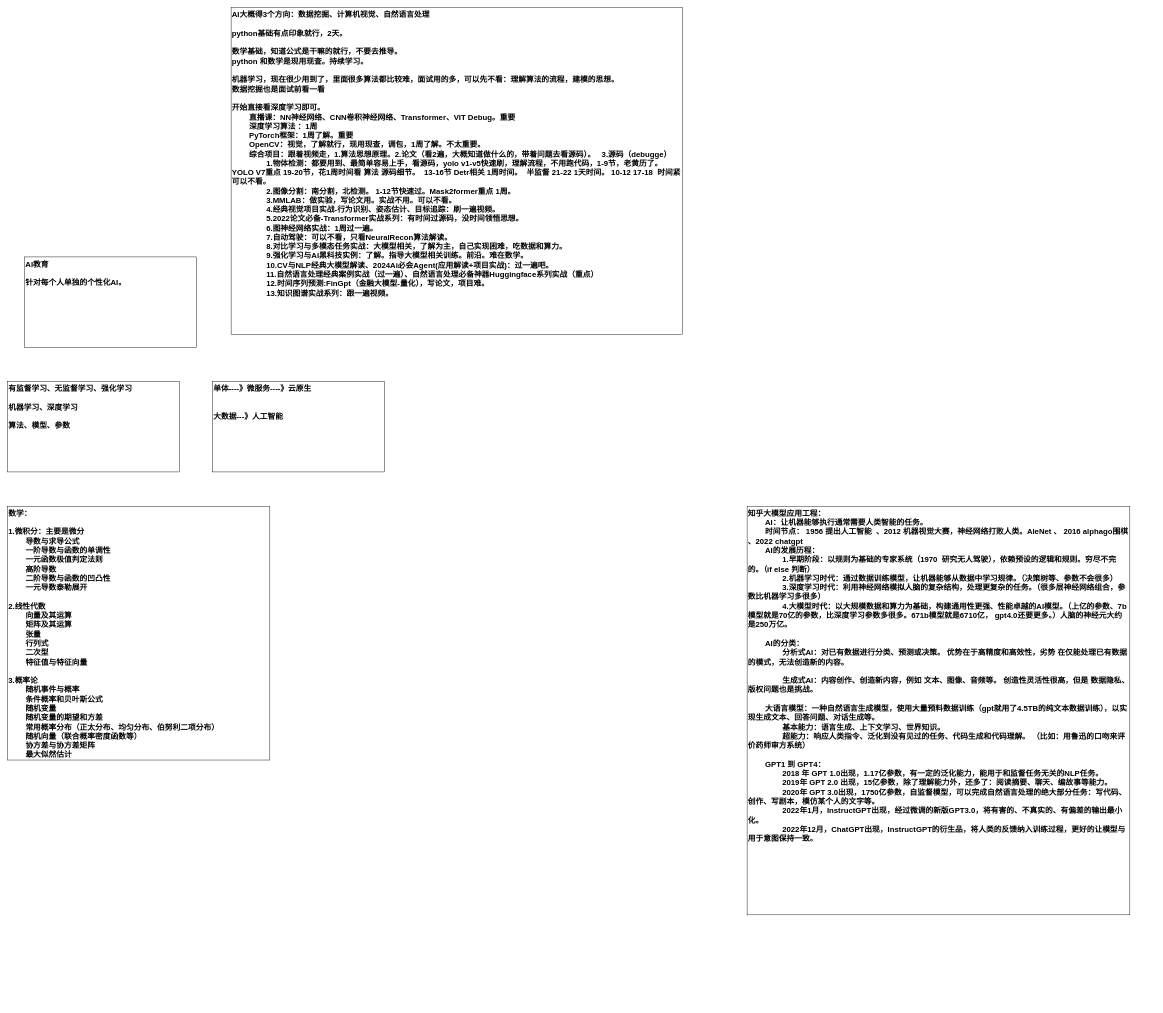
KGwolf/MyDraw keeps this draw.io diagram as AI/百战AI.drawio. Above is the earlier version. Source tidied: cells renumbered, new cells numbered last; positions are measured from the earlier drawing's top-left corner, leaving out a move shared by most shapes. Both pictures are drawn from the tidied source at 43%, with x=0, y=0 at pixel (7, 7).
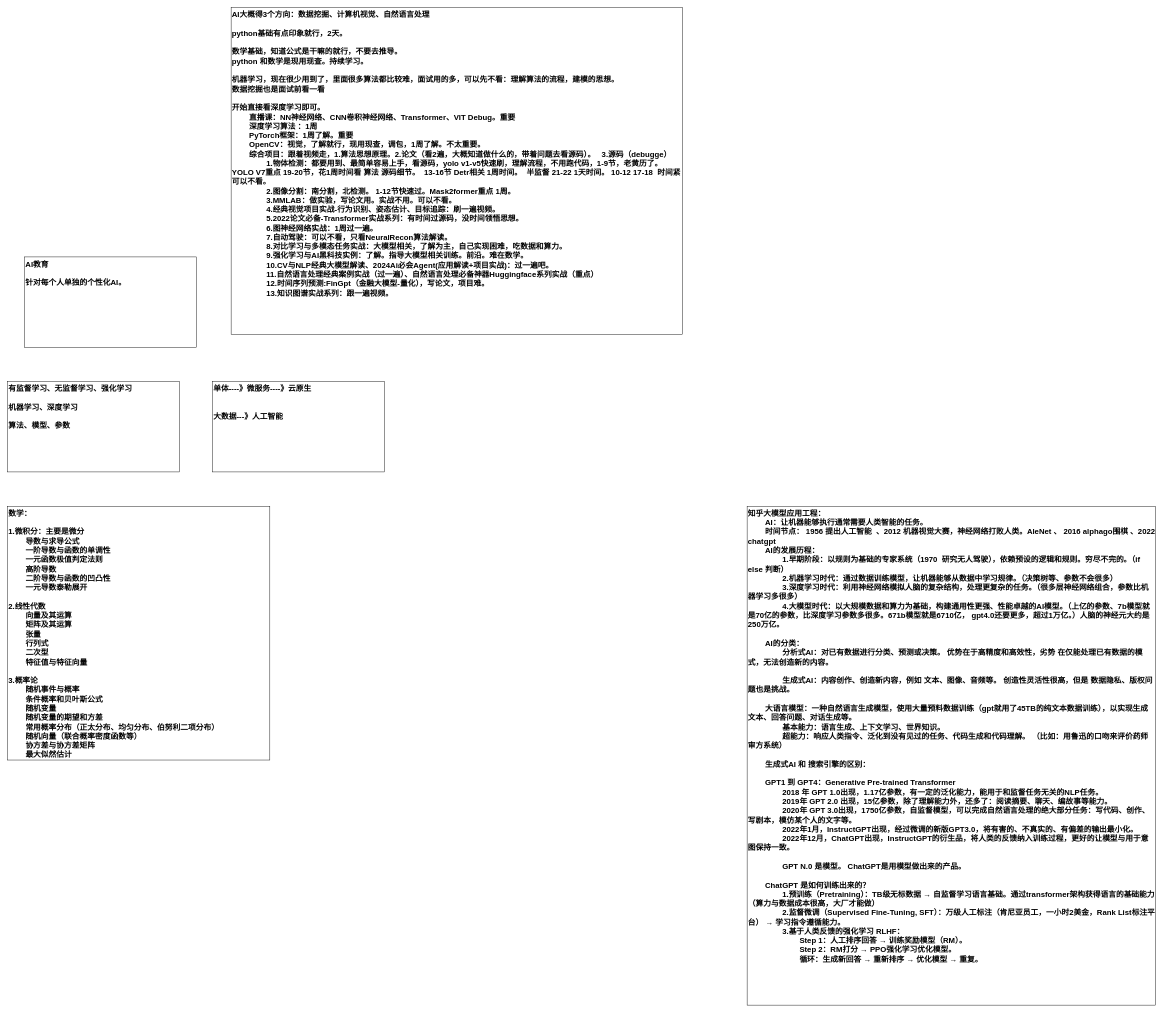
The same diagram, later.

Diff of the diagram source:
```diff
@@
-    <mxCell id="7" value="知乎大模型应用工程：&lt;div&gt;&lt;span style=&quot;white-space: pre;&quot;&gt;&#9;&lt;/span&gt;AI：让机器能够执行通常需要人类智能的任务。&lt;/div&gt;&lt;div&gt;&lt;span style=&quot;white-space: pre;&quot;&gt;&#9;&lt;/span&gt;时间节点： 1956 提出人工智能&amp;nbsp; 、2012 机器视觉大赛，神经网络打败人类。AleNet 、 2016 alphago围棋 、2022 chatgpt&lt;br&gt;&lt;div&gt;&lt;span style=&quot;white-space: pre;&quot;&gt;&#9;&lt;/span&gt;AI的发展历程：&lt;br&gt;&lt;/div&gt;&lt;div&gt;&lt;span style=&quot;white-space: pre;&quot;&gt;&#9;&lt;/span&gt;&lt;span style=&quot;white-space: pre;&quot;&gt;&#9;&lt;/span&gt;1.早期阶段：以规则为基础的专家系统（1970&amp;nbsp; 研究无人驾驶），依赖预设的逻辑和规则。穷尽不完的。（if else 判断）&lt;br&gt;&lt;/div&gt;&lt;div&gt;&lt;span style=&quot;white-space: pre;&quot;&gt;&#9;&lt;/span&gt;&lt;span style=&quot;white-space: pre;&quot;&gt;&#9;&lt;/span&gt;2.机器学习时代：通过数据训练模型，让机器能够从数据中学习规律。（决策树等、参数不会很多）&lt;br&gt;&lt;/div&gt;&lt;/div&gt;&lt;div&gt;&lt;span style=&quot;white-space: pre;&quot;&gt;&#9;&lt;/span&gt;&lt;span style=&quot;white-space: pre;&quot;&gt;&#9;&lt;/span&gt;3.深度学习时代：利用神经网络模拟人脑的复杂结构，处理更复杂的任务。（很多层神经网络组合，参数比机器学习多很多）&lt;br&gt;&lt;/div&gt;&lt;div&gt;&lt;span style=&quot;white-space: pre;&quot;&gt;&#9;&lt;/span&gt;&lt;span style=&quot;white-space: pre;&quot;&gt;&#9;&lt;/span&gt;4.大模型时代：以大规模数据和算力为基础，构建通用性更强、性能卓越的AI模型。（上亿的参数、7b模型就是70亿的参数，比深度学习参数多很多。671b模型就是6710亿， gpt4.0还要更多。）&lt;span style=&quot;background-color: transparent; color: light-dark(rgb(0, 0, 0), rgb(255, 255, 255));&quot;&gt;人脑的神经元大约是250万亿。&lt;/span&gt;&lt;br&gt;&lt;/div&gt;&lt;div&gt;&lt;span style=&quot;white-space: pre;&quot;&gt;&#9;&lt;/span&gt;&lt;br&gt;&lt;/div&gt;&lt;div&gt;&lt;span style=&quot;white-space: pre;&quot;&gt;&#9;&lt;/span&gt;AI的分类：&lt;br&gt;&lt;/div&gt;&lt;div&gt;&lt;span style=&quot;white-space: pre;&quot;&gt;&#9;&lt;/span&gt;&lt;span style=&quot;white-space: pre;&quot;&gt;&#9;&lt;/span&gt;分析式AI：对已有数据进行分类、预测或决策。 优势在于高精度和高效性，劣势 在仅能处理已有数据的模式，无法创造新的内容。&lt;br&gt;&lt;/div&gt;&lt;div&gt;&lt;span style=&quot;white-space: pre;&quot;&gt;&#9;&lt;/span&gt;&lt;span style=&quot;white-space: pre;&quot;&gt;&#9;&lt;/span&gt;&lt;br&gt;&lt;/div&gt;&lt;div&gt;&lt;span style=&quot;white-space: pre;&quot;&gt;&#9;&lt;/span&gt;&lt;span style=&quot;white-space: pre;&quot;&gt;&#9;&lt;/span&gt;生成式AI：内容创作、创造新内容，例如 文本、图像、音频等。 创造性灵活性很高，但是 数据隐私、版权问题也是挑战。&lt;br&gt;&lt;/div&gt;&lt;div&gt;&lt;br&gt;&lt;/div&gt;&lt;div&gt;&lt;span style=&quot;white-space: pre;&quot;&gt;&#9;&lt;/span&gt;大语言模型：一种自然语言生成模型，使用大量预料数据训练（gpt就用了4.5TB的纯文本数据训练），以实现生成文本、回答问题、对话生成等。&lt;br&gt;&lt;/div&gt;&lt;div&gt;&lt;span style=&quot;white-space: pre;&quot;&gt;&#9;&lt;/span&gt;&lt;span style=&quot;white-space: pre;&quot;&gt;&#9;&lt;/span&gt;基本能力：语言生成、上下文学习、世界知识。&lt;br&gt;&lt;/div&gt;&lt;div&gt;&lt;span style=&quot;white-space: pre;&quot;&gt;&#9;&lt;/span&gt;&lt;span style=&quot;white-space: pre;&quot;&gt;&#9;&lt;/span&gt;超能力：响应人类指令、泛化到没有见过的任务、代码生成和代码理解。 （比如：用鲁迅的口吻来评价药师审方系统）&lt;br&gt;&lt;/div&gt;&lt;div&gt;&lt;br&gt;&lt;/div&gt;&lt;div&gt;&lt;span style=&quot;white-space: pre;&quot;&gt;&#9;&lt;/span&gt;GPT1 到 GPT4：&lt;br&gt;&lt;/div&gt;&lt;div&gt;&lt;span style=&quot;white-space: pre;&quot;&gt;&#9;&lt;/span&gt;&lt;span style=&quot;white-space: pre;&quot;&gt;&#9;&lt;/span&gt;2018 年 GPT 1.0出现，1.17亿参数，有一定的泛化能力，能用于和监督任务无关的NLP任务。&lt;br&gt;&lt;/div&gt;&lt;div&gt;&lt;span style=&quot;white-space: pre;&quot;&gt;&#9;&lt;/span&gt;&lt;span style=&quot;white-space: pre;&quot;&gt;&#9;&lt;/span&gt;2019年 GPT 2.0 出现，15亿参数，除了理解能力外，还多了：阅读摘要、聊天、编故事等能力。&lt;br&gt;&lt;/div&gt;&lt;div&gt;&lt;span style=&quot;white-space: pre;&quot;&gt;&#9;&lt;/span&gt;&lt;span style=&quot;white-space: pre;&quot;&gt;&#9;&lt;/span&gt;2020年 GPT 3.0出现，1750亿参数，自监督模型，可以完成自然语言处理的绝大部分任务：写代码、创作、写剧本，模仿某个人的文字等。&lt;/div&gt;&lt;div&gt;&lt;span style=&quot;white-space: pre;&quot;&gt;&#9;&lt;/span&gt;&lt;span style=&quot;white-space: pre;&quot;&gt;&#9;&lt;/span&gt;2022年1月，InstructGPT出现，经过微调的新版GPT3.0，将有害的、不真实的、有偏差的输出最小化。&lt;br&gt;&lt;/div&gt;&lt;div&gt;&lt;span style=&quot;white-space: pre;&quot;&gt;&#9;&lt;/span&gt;&lt;span style=&quot;white-space: pre;&quot;&gt;&#9;&lt;/span&gt;2022年12月，ChatGPT出现，&lt;span style=&quot;background-color: transparent; color: light-dark(rgb(0, 0, 0), rgb(255, 255, 255));&quot;&gt;InstructGPT的衍生品，将人类的反馈纳入训练过程，更好的让模型与用于意图保持一致。&lt;/span&gt;&lt;br&gt;&lt;/div&gt;&lt;div&gt;&lt;br&gt;&lt;/div&gt;&lt;div&gt;&lt;span style=&quot;white-space: pre;&quot;&gt;&#9;&lt;/span&gt;&lt;br&gt;&lt;/div&gt;" style="rounded=0;whiteSpace=wrap;html=1;strokeWidth=1;fontSize=18;verticalAlign=top;align=left;fontStyle=1;" parent="1" vertex="1">
-      <mxGeometry x="1720" y="1160" width="890" height="950" as="geometry" />
+    <mxCell id="7" value="知乎大模型应用工程：&lt;div&gt;&lt;span style=&quot;white-space: pre;&quot;&gt;&#9;&lt;/span&gt;AI：让机器能够执行通常需要人类智能的任务。&lt;/div&gt;&lt;div&gt;&lt;span style=&quot;white-space: pre;&quot;&gt;&#9;&lt;/span&gt;时间节点： 1956 提出人工智能&amp;nbsp; 、2012 机器视觉大赛，神经网络打败人类。AleNet 、 2016 alphago围棋 、2022 chatgpt&lt;br&gt;&lt;div&gt;&lt;span style=&quot;white-space: pre;&quot;&gt;&#9;&lt;/span&gt;AI的发展历程：&lt;br&gt;&lt;/div&gt;&lt;div&gt;&lt;span style=&quot;white-space: pre;&quot;&gt;&#9;&lt;/span&gt;&lt;span style=&quot;white-space: pre;&quot;&gt;&#9;&lt;/span&gt;1.早期阶段：以规则为基础的专家系统（1970&amp;nbsp; 研究无人驾驶），依赖预设的逻辑和规则。穷尽不完的。（if else 判断）&lt;br&gt;&lt;/div&gt;&lt;div&gt;&lt;span style=&quot;white-space: pre;&quot;&gt;&#9;&lt;/span&gt;&lt;span style=&quot;white-space: pre;&quot;&gt;&#9;&lt;/span&gt;2.机器学习时代：通过数据训练模型，让机器能够从数据中学习规律。（决策树等、参数不会很多）&lt;br&gt;&lt;/div&gt;&lt;/div&gt;&lt;div&gt;&lt;span style=&quot;white-space: pre;&quot;&gt;&#9;&lt;/span&gt;&lt;span style=&quot;white-space: pre;&quot;&gt;&#9;&lt;/span&gt;3.深度学习时代：利用神经网络模拟人脑的复杂结构，处理更复杂的任务。（很多层神经网络组合，参数比机器学习多很多）&lt;br&gt;&lt;/div&gt;&lt;div&gt;&lt;span style=&quot;white-space: pre;&quot;&gt;&#9;&lt;/span&gt;&lt;span style=&quot;white-space: pre;&quot;&gt;&#9;&lt;/span&gt;4.大模型时代：以大规模数据和算力为基础，构建通用性更强、性能卓越的AI模型。（上亿的参数、7b模型就是70亿的参数，比深度学习参数多很多。671b模型就是6710亿， gpt4.0还要更多，超过1万亿。）&lt;span style=&quot;background-color: transparent; color: light-dark(rgb(0, 0, 0), rgb(255, 255, 255));&quot;&gt;人脑的神经元大约是250万亿。&lt;/span&gt;&lt;br&gt;&lt;/div&gt;&lt;div&gt;&lt;span style=&quot;white-space: pre;&quot;&gt;&#9;&lt;/span&gt;&lt;br&gt;&lt;/div&gt;&lt;div&gt;&lt;span style=&quot;white-space: pre;&quot;&gt;&#9;&lt;/span&gt;AI的分类：&lt;br&gt;&lt;/div&gt;&lt;div&gt;&lt;span style=&quot;white-space: pre;&quot;&gt;&#9;&lt;/span&gt;&lt;span style=&quot;white-space: pre;&quot;&gt;&#9;&lt;/span&gt;分析式AI：对已有数据进行分类、预测或决策。 优势在于高精度和高效性，劣势 在仅能处理已有数据的模式，无法创造新的内容。&lt;br&gt;&lt;/div&gt;&lt;div&gt;&lt;span style=&quot;white-space: pre;&quot;&gt;&#9;&lt;/span&gt;&lt;span style=&quot;white-space: pre;&quot;&gt;&#9;&lt;/span&gt;&lt;br&gt;&lt;/div&gt;&lt;div&gt;&lt;span style=&quot;white-space: pre;&quot;&gt;&#9;&lt;/span&gt;&lt;span style=&quot;white-space: pre;&quot;&gt;&#9;&lt;/span&gt;生成式AI：内容创作、创造新内容，例如 文本、图像、音频等。 创造性灵活性很高，但是 数据隐私、版权问题也是挑战。&lt;br&gt;&lt;/div&gt;&lt;div&gt;&lt;br&gt;&lt;/div&gt;&lt;div&gt;&lt;span style=&quot;white-space: pre;&quot;&gt;&#9;&lt;/span&gt;大语言模型：一种自然语言生成模型，使用大量预料数据训练（gpt就用了45TB的纯文本数据训练），以实现生成文本、回答问题、对话生成等。&lt;br&gt;&lt;/div&gt;&lt;div&gt;&lt;span style=&quot;white-space: pre;&quot;&gt;&#9;&lt;/span&gt;&lt;span style=&quot;white-space: pre;&quot;&gt;&#9;&lt;/span&gt;基本能力：语言生成、上下文学习、世界知识。&lt;br&gt;&lt;/div&gt;&lt;div&gt;&lt;span style=&quot;white-space: pre;&quot;&gt;&#9;&lt;/span&gt;&lt;span style=&quot;white-space: pre;&quot;&gt;&#9;&lt;/span&gt;超能力：响应人类指令、泛化到没有见过的任务、代码生成和代码理解。 （比如：用鲁迅的口吻来评价药师审方系统）&lt;br&gt;&lt;/div&gt;&lt;div&gt;&lt;br&gt;&lt;/div&gt;&lt;div&gt;&lt;span style=&quot;white-space: pre;&quot;&gt;&#9;&lt;/span&gt;生成式AI 和 搜索引擎的区别：&lt;br&gt;&lt;/div&gt;&lt;div&gt;&lt;br&gt;&lt;/div&gt;&lt;div&gt;&lt;span style=&quot;white-space: pre;&quot;&gt;&#9;&lt;/span&gt;GPT1 到 GPT4：Generative Pre-trained Transformer&lt;br&gt;&lt;/div&gt;&lt;div&gt;&lt;span style=&quot;white-space: pre;&quot;&gt;&#9;&lt;/span&gt;&lt;span style=&quot;white-space: pre;&quot;&gt;&#9;&lt;/span&gt;2018 年 GPT 1.0出现，1.17亿参数，有一定的泛化能力，能用于和监督任务无关的NLP任务。&lt;br&gt;&lt;/div&gt;&lt;div&gt;&lt;span style=&quot;white-space: pre;&quot;&gt;&#9;&lt;/span&gt;&lt;span style=&quot;white-space: pre;&quot;&gt;&#9;&lt;/span&gt;2019年 GPT 2.0 出现，15亿参数，除了理解能力外，还多了：阅读摘要、聊天、编故事等能力。&lt;br&gt;&lt;/div&gt;&lt;div&gt;&lt;span style=&quot;white-space: pre;&quot;&gt;&#9;&lt;/span&gt;&lt;span style=&quot;white-space: pre;&quot;&gt;&#9;&lt;/span&gt;2020年 GPT 3.0出现，1750亿参数，自监督模型，可以完成自然语言处理的绝大部分任务：写代码、创作、写剧本，模仿某个人的文字等。&lt;/div&gt;&lt;div&gt;&lt;span style=&quot;white-space: pre;&quot;&gt;&#9;&lt;/span&gt;&lt;span style=&quot;white-space: pre;&quot;&gt;&#9;&lt;/span&gt;2022年1月，InstructGPT出现，经过微调的新版GPT3.0，将有害的、不真实的、有偏差的输出最小化。&lt;br&gt;&lt;/div&gt;&lt;div&gt;&lt;span style=&quot;white-space: pre;&quot;&gt;&#9;&lt;/span&gt;&lt;span style=&quot;white-space: pre;&quot;&gt;&#9;&lt;/span&gt;2022年12月，ChatGPT出现，&lt;span style=&quot;background-color: transparent; color: light-dark(rgb(0, 0, 0), rgb(255, 255, 255));&quot;&gt;InstructGPT的衍生品，将人类的反馈纳入训练过程，更好的让模型与用于意图保持一致。&lt;/span&gt;&lt;br&gt;&lt;/div&gt;&lt;div&gt;&lt;span style=&quot;background-color: transparent; color: light-dark(rgb(0, 0, 0), rgb(255, 255, 255));&quot;&gt;&lt;br&gt;&lt;/span&gt;&lt;/div&gt;&lt;div&gt;&lt;span style=&quot;background-color: transparent; color: light-dark(rgb(0, 0, 0), rgb(255, 255, 255));&quot;&gt;&lt;span style=&quot;white-space: pre;&quot;&gt;&#9;&lt;/span&gt;&lt;span style=&quot;white-space: pre;&quot;&gt;&#9;&lt;/span&gt;GPT N.0 是模型。 ChatGPT是用模型做出来的产品。&lt;br&gt;&lt;/span&gt;&lt;/div&gt;&lt;div&gt;&lt;span style=&quot;background-color: transparent; color: light-dark(rgb(0, 0, 0), rgb(255, 255, 255));&quot;&gt;&lt;br&gt;&lt;/span&gt;&lt;/div&gt;&lt;div&gt;&lt;span style=&quot;background-color: transparent; color: light-dark(rgb(0, 0, 0), rgb(255, 255, 255));&quot;&gt;&lt;span style=&quot;white-space: pre;&quot;&gt;&#9;&lt;/span&gt;ChatGPT 是如何训练出来的？&lt;br&gt;&lt;/span&gt;&lt;/div&gt;&lt;div&gt;&lt;span style=&quot;background-color: transparent; color: light-dark(rgb(0, 0, 0), rgb(255, 255, 255));&quot;&gt;&lt;span style=&quot;white-space: pre;&quot;&gt;&#9;&lt;/span&gt;&lt;span style=&quot;white-space: pre;&quot;&gt;&#9;&lt;/span&gt;1.&lt;/span&gt;&lt;span style=&quot;background-color: transparent;&quot;&gt;预训练&lt;/span&gt;&lt;span style=&quot;background-color: transparent;&quot;&gt;（Pretraining）&lt;/span&gt;&lt;span style=&quot;background-color: transparent; color: light-dark(rgb(0, 0, 0), rgb(255, 255, 255));&quot;&gt;：TB级无标数据 → 自监督学习语言基础。通过transformer架构获得语言的基础能力（算力与数据成本很高，大厂才能做）&lt;/span&gt;&lt;/div&gt;&lt;div&gt;&lt;span style=&quot;white-space: pre;&quot;&gt;&#9;&lt;/span&gt;&lt;span style=&quot;white-space: pre;&quot;&gt;&#9;&lt;/span&gt;2.监督微调（Supervised Fine-Tuning, SFT）：万级人工标注（肯尼亚员工，一小时2美金，Rank List标注平台） → 学习指令遵循能力。&lt;/div&gt;&lt;div&gt;&lt;span style=&quot;white-space: pre;&quot;&gt;&#9;&lt;/span&gt;&lt;span style=&quot;white-space: pre;&quot;&gt;&#9;&lt;/span&gt;3.基于人类反馈的强化学习 RLHF：&lt;/div&gt;&lt;div&gt;&lt;span style=&quot;white-space: pre;&quot;&gt;&#9;&lt;/span&gt;&lt;span style=&quot;white-space: pre;&quot;&gt;&#9;&lt;/span&gt;&lt;span style=&quot;white-space: pre;&quot;&gt;&#9;&lt;/span&gt;Step 1：人工排序回答 → 训练奖励模型（RM）。&lt;/div&gt;&lt;div&gt;&lt;span style=&quot;white-space: pre;&quot;&gt;&#9;&lt;/span&gt;&lt;span style=&quot;white-space: pre;&quot;&gt;&#9;&lt;/span&gt;&lt;span style=&quot;white-space: pre;&quot;&gt;&#9;&lt;/span&gt;Step 2：RM打分 → PPO强化学习优化模型。&lt;/div&gt;&lt;div&gt;&lt;span style=&quot;white-space: pre;&quot;&gt;&#9;&lt;/span&gt;&lt;span style=&quot;white-space: pre;&quot;&gt;&#9;&lt;/span&gt;&lt;span style=&quot;white-space: pre;&quot;&gt;&#9;&lt;/span&gt;循环：生成新回答 → 重新排序 → 优化模型 → 重复。&lt;/div&gt;&lt;div&gt;&lt;br&gt;&lt;/div&gt;&lt;div&gt;&lt;span style=&quot;white-space: pre;&quot;&gt;&#9;&lt;/span&gt;&lt;br&gt;&lt;/div&gt;" style="rounded=0;whiteSpace=wrap;html=1;strokeWidth=1;fontSize=18;verticalAlign=top;align=left;fontStyle=1;" parent="1" vertex="1">
+      <mxGeometry x="1720" y="1160" width="950" height="1160" as="geometry" />
     </mxCell>
```
